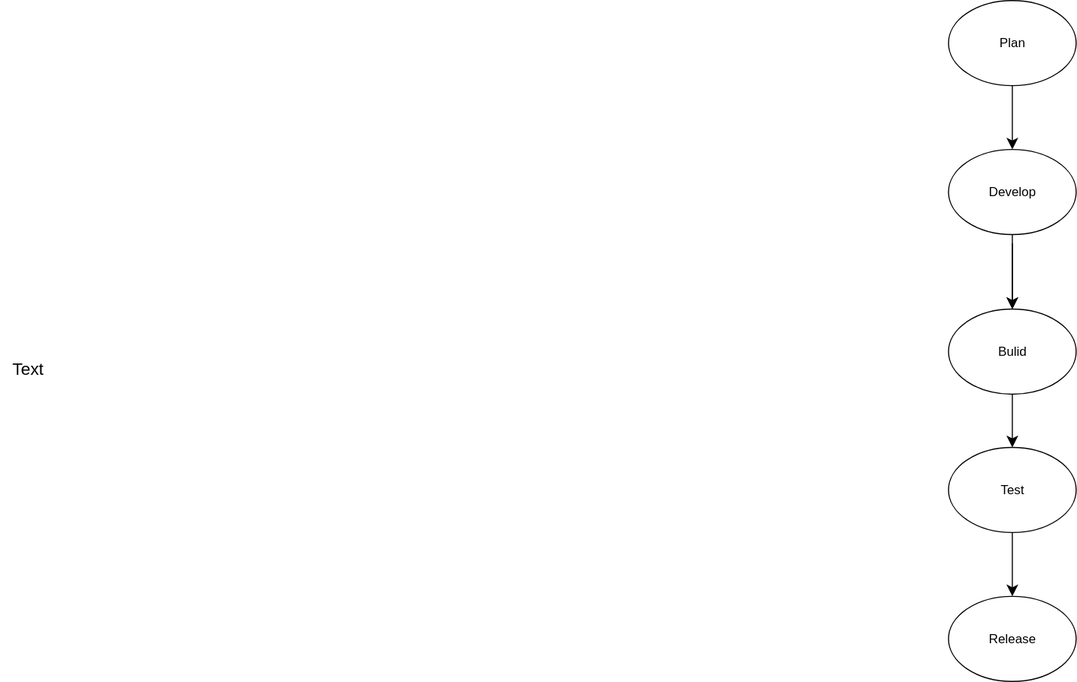
Earlier version of the draw.io export visualize.svg (Sruthi030869/visualize.txt). Source tidied: cells renumbered, new cells last; positions are measured from the earlier drawing's top-left corner, leaving out a move shared by most shapes. The source it was exported from:
```xml
<mxGraphModel>
  <root>
    <mxCell id="0" />
    <mxCell id="1" parent="0" />
    <mxCell id="2" value="Plan" style="ellipse;whiteSpace=wrap;html=1;" parent="1" vertex="1">
      <mxGeometry x="891" width="120" height="80" as="geometry" />
    </mxCell>
    <mxCell id="3" value="Text" style="text;html=1;align=center;verticalAlign=middle;strokeColor=none;fillColor=none;fontSize=16;" parent="1" vertex="1">
      <mxGeometry y="331" width="50" height="30" as="geometry" />
    </mxCell>
    <mxCell id="4" style="edgeStyle=none;curved=1;rounded=0;jettySize=auto;html=1;fontSize=12;startSize=8;endSize=8;" parent="1" edge="1" source="5" target="6">
      <mxGeometry relative="1" as="geometry" />
    </mxCell>
    <mxCell id="5" value="Develop" style="ellipse;whiteSpace=wrap;html=1;" parent="1" vertex="1">
      <mxGeometry x="891" y="140" width="120" height="80" as="geometry" />
    </mxCell>
    <mxCell id="6" value="Bulid" style="ellipse;whiteSpace=wrap;html=1;" parent="1" vertex="1">
      <mxGeometry x="891" y="290" width="120" height="80" as="geometry" />
    </mxCell>
    <mxCell id="7" value="Test" style="ellipse;whiteSpace=wrap;html=1;" parent="1" vertex="1">
      <mxGeometry x="891" y="420" width="120" height="80" as="geometry" />
    </mxCell>
    <mxCell id="8" value="Release" style="ellipse;whiteSpace=wrap;html=1;" parent="1" vertex="1">
      <mxGeometry x="891" y="560" width="120" height="80" as="geometry" />
    </mxCell>
    <mxCell id="9" style="endArrow=classic;html=1;rounded=0;fontSize=12;startSize=8;endSize=8;curved=1;entryX=0.5;entryY=0;entryDx=0;entryDy=0;exitX=0.5;exitY=1;exitDx=0;exitDy=0;" parent="1" edge="1" source="7" target="8">
      <mxGeometry relative="1" as="geometry" />
    </mxCell>
    <mxCell id="10" style="endArrow=classic;html=1;rounded=0;fontSize=12;startSize=8;endSize=8;curved=1;exitX=0.5;exitY=1;exitDx=0;exitDy=0;entryX=0.5;entryY=0;entryDx=0;entryDy=0;" parent="1" edge="1" source="6" target="7">
      <mxGeometry relative="1" as="geometry" />
    </mxCell>
    <mxCell id="11" style="endArrow=classic;html=1;rounded=0;fontSize=12;startSize=8;endSize=8;curved=1;entryX=0.5;entryY=0;entryDx=0;entryDy=0;" parent="1" edge="1" target="6">
      <mxGeometry relative="1" as="geometry">
        <mxPoint x="951" y="230" as="sourcePoint" />
        <Array as="points">
          <mxPoint x="951" y="220" />
        </Array>
      </mxGeometry>
    </mxCell>
    <mxCell id="12" style="endArrow=classic;html=1;rounded=0;fontSize=12;startSize=8;endSize=8;curved=1;exitX=0.5;exitY=1;exitDx=0;exitDy=0;entryX=0.5;entryY=0;entryDx=0;entryDy=0;" parent="1" edge="1" source="2" target="5">
      <mxGeometry relative="1" as="geometry" />
    </mxCell>
  </root>
</mxGraphModel>
```
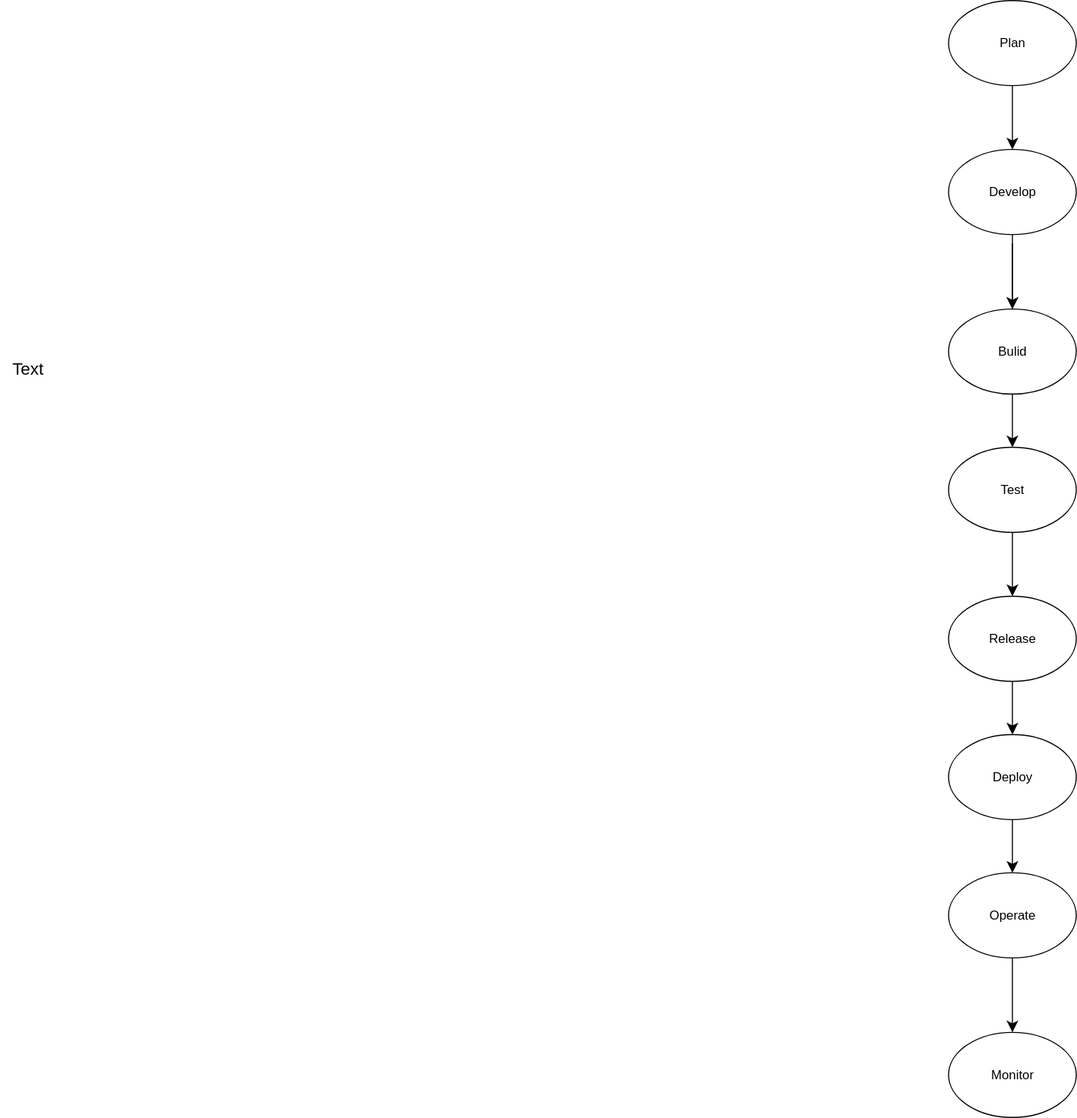
After the commit.

Diff of the diagram source:
```diff
@@ -40,5 +40,23 @@
     <mxCell id="12" style="endArrow=classic;html=1;rounded=0;fontSize=12;startSize=8;endSize=8;curved=1;exitX=0.5;exitY=1;exitDx=0;exitDy=0;entryX=0.5;entryY=0;entryDx=0;entryDy=0;" parent="1" edge="1" source="2" target="5">
       <mxGeometry relative="1" as="geometry" />
     </mxCell>
+    <mxCell id="13" value="Deploy" style="ellipse;whiteSpace=wrap;html=1;" parent="1" vertex="1">
+      <mxGeometry x="891" y="690" width="120" height="80" as="geometry" />
+    </mxCell>
+    <mxCell id="14" value="Operate" style="ellipse;whiteSpace=wrap;html=1;" parent="1" vertex="1">
+      <mxGeometry x="891" y="820" width="120" height="80" as="geometry" />
+    </mxCell>
+    <mxCell id="15" value="Monitor" style="ellipse;whiteSpace=wrap;html=1;" parent="1" vertex="1">
+      <mxGeometry x="891" y="970" width="120" height="80" as="geometry" />
+    </mxCell>
+    <mxCell id="16" style="endArrow=classic;html=1;rounded=0;fontSize=12;startSize=8;endSize=8;curved=1;exitX=0.5;exitY=1;exitDx=0;exitDy=0;entryX=0.5;entryY=0;entryDx=0;entryDy=0;" parent="1" edge="1" source="8" target="13">
+      <mxGeometry relative="1" as="geometry" />
+    </mxCell>
+    <mxCell id="17" style="endArrow=classic;html=1;rounded=0;fontSize=12;startSize=8;endSize=8;curved=1;exitX=0.5;exitY=1;exitDx=0;exitDy=0;" parent="1" edge="1" source="13" target="14">
+      <mxGeometry relative="1" as="geometry" />
+    </mxCell>
+    <mxCell id="18" style="endArrow=classic;html=1;rounded=0;fontSize=12;startSize=8;endSize=8;curved=1;exitX=0.5;exitY=1;exitDx=0;exitDy=0;" parent="1" edge="1" source="14" target="15">
+      <mxGeometry relative="1" as="geometry" />
+    </mxCell>
   </root>
 </mxGraphModel>
```
